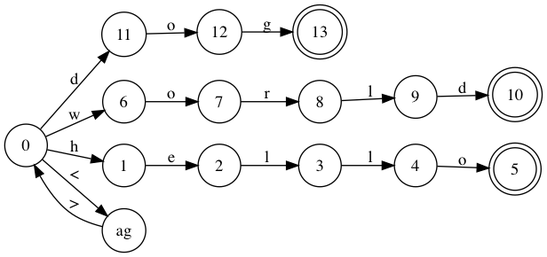
GdeAchaval/automaton keeps this Graphviz diagram as noDeterminante.png. Above is the earlier version. Its source is kept beside it as noDeterminante.dot.
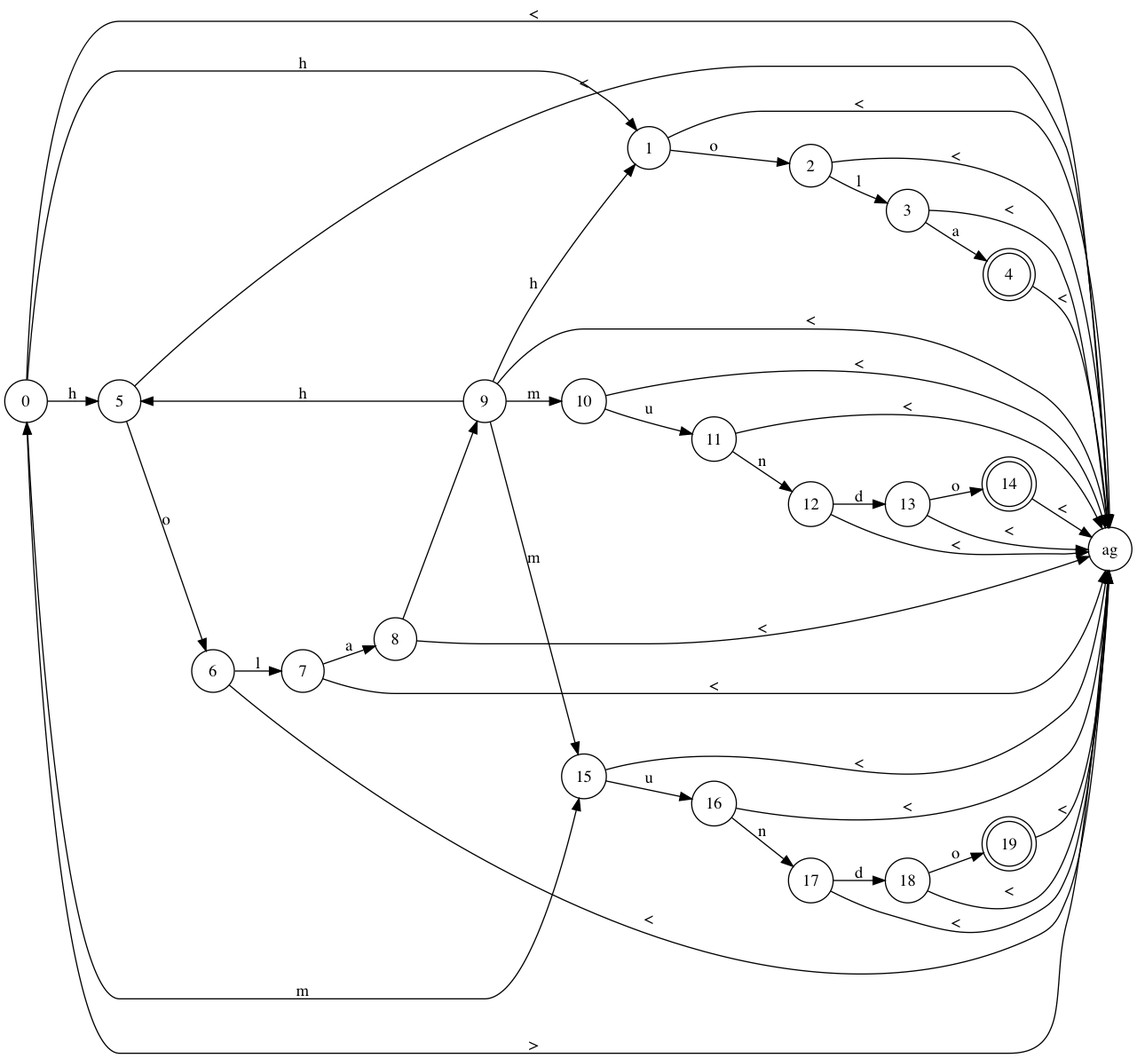
The same diagram one commit later.

What changed in the source:
```diff
@@ -1,34 +1,68 @@
 digraph {
 rankdir = "LR";
 node [shape=circle] Node_0[label="0"];
+node [shape=circle] Node_1[label="1"];
+node [shape=circle] Node_5[label="5"];
+node [shape=circle] Nodetag[label="ag"];
+node [shape=circle] Node_15[label="15"];
+node [shape=circle] Node_2[label="2"];
+node [shape=circle] Node_6[label="6"];
+node [shape=circle] Node_16[label="16"];
+node [shape=circle] Node_3[label="3"];
+node [shape=circle] Node_7[label="7"];
+node [shape=circle] Node_17[label="17"];
+node [shape=doublecircle] Node_4[label="4"];
+node [shape=circle] Node_8[label="8"];
+node [shape=circle] Node_18[label="18"];
+node [shape=circle] Node_9[label="9"];
+node [shape=doublecircle] Node_19[label="19"];
+node [shape=circle] Node_10[label="10"];
 node [shape=circle] Node_11[label="11"];
-node [shape=circle] Node_6[label="6"];
-node [shape=circle] Node_1[label="1"];
-node [shape=circle] Nodetag[label="ag"];
 node [shape=circle] Node_12[label="12"];
-node [shape=circle] Node_7[label="7"];
-node [shape=circle] Node_2[label="2"];
-node [shape=doublecircle] Node_13[label="13"];
-node [shape=circle] Node_8[label="8"];
-node [shape=circle] Node_3[label="3"];
-node [shape=circle] Node_9[label="9"];
-node [shape=circle] Node_4[label="4"];
-node [shape=doublecircle] Node_10[label="10"];
-node [shape=doublecircle] Node_5[label="5"];
+node [shape=circle] Node_13[label="13"];
+node [shape=doublecircle] Node_14[label="14"];
 
-Node_0 -> Node_11 [label="d"];
-Node_0 -> Node_6 [label="w"];
 Node_0 -> Node_1 [label="h"];
+Node_0 -> Node_5 [label="h"];
 Node_0 -> Nodetag [label="<"];
-Node_11 -> Node_12 [label="o"];
-Node_6 -> Node_7 [label="o"];
-Node_1 -> Node_2 [label="e"];
+Node_0 -> Node_15 [label="m"];
+Node_1 -> Nodetag [label="<"];
+Node_1 -> Node_2 [label="o"];
+Node_5 -> Nodetag [label="<"];
+Node_5 -> Node_6 [label="o"];
 Nodetag -> Node_0 [label=">"];
-Node_12 -> Node_13 [label="g"];
-Node_7 -> Node_8 [label="r"];
+Node_15 -> Node_16 [label="u"];
+Node_15 -> Nodetag [label="<"];
+Node_2 -> Nodetag [label="<"];
 Node_2 -> Node_3 [label="l"];
-Node_8 -> Node_9 [label="l"];
-Node_3 -> Node_4 [label="l"];
-Node_9 -> Node_10 [label="d"];
-Node_4 -> Node_5 [label="o"];
+Node_6 -> Nodetag [label="<"];
+Node_6 -> Node_7 [label="l"];
+Node_16 -> Nodetag [label="<"];
+Node_16 -> Node_17 [label="n"];
+Node_3 -> Node_4 [label="a"];
+Node_3 -> Nodetag [label="<"];
+Node_7 -> Node_8 [label="a"];
+Node_7 -> Nodetag [label="<"];
+Node_17 -> Node_18 [label="d"];
+Node_17 -> Nodetag [label="<"];
+Node_4 -> Nodetag [label="<"];
+Node_8 -> Node_9 [label=" "];
+Node_8 -> Nodetag [label="<"];
+Node_18 -> Nodetag [label="<"];
+Node_18 -> Node_19 [label="o"];
+Node_9 -> Node_1 [label="h"];
+Node_9 -> Node_5 [label="h"];
+Node_9 -> Nodetag [label="<"];
+Node_9 -> Node_10 [label="m"];
+Node_9 -> Node_15 [label="m"];
+Node_19 -> Nodetag [label="<"];
+Node_10 -> Node_11 [label="u"];
+Node_10 -> Nodetag [label="<"];
+Node_11 -> Nodetag [label="<"];
+Node_11 -> Node_12 [label="n"];
+Node_12 -> Node_13 [label="d"];
+Node_12 -> Nodetag [label="<"];
+Node_13 -> Nodetag [label="<"];
+Node_13 -> Node_14 [label="o"];
+Node_14 -> Nodetag [label="<"];
 }
```
